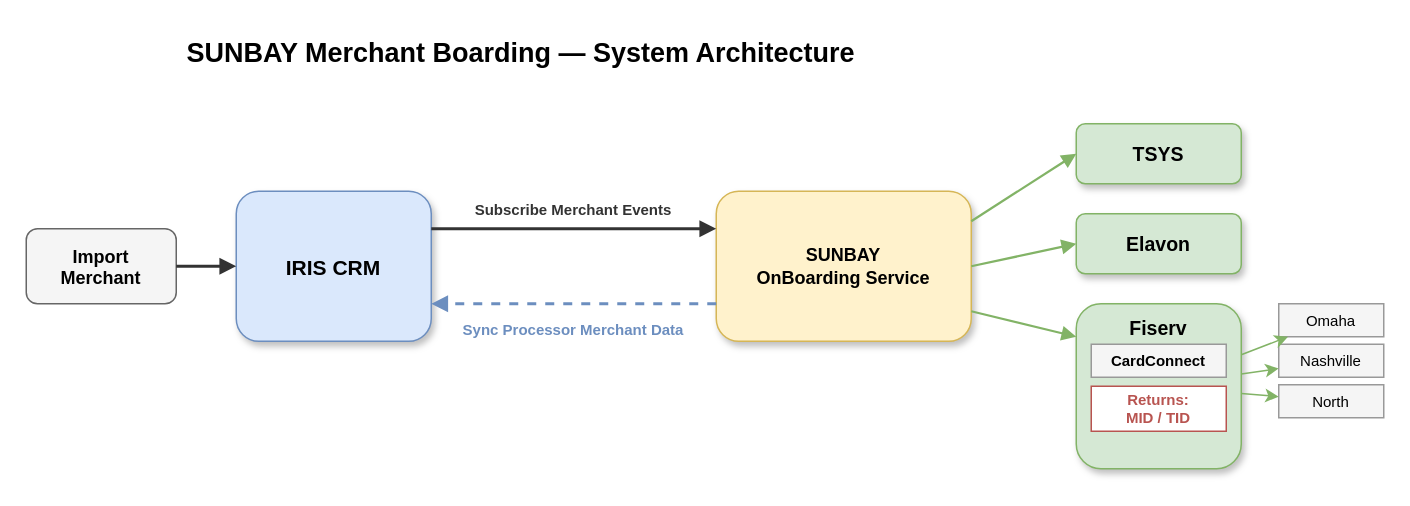
Above: merchantics/SUNBAY-Merchant-Boarding-Architecture.drawio in kevinwangl/sunbay-merchantOnboarding (draw.io), before the change. Source tidied: cells renumbered, new cells numbered last; positions are measured from the earlier drawing's top-left corner, leaving out a move shared by most shapes. Both pictures are drawn from the tidied source at 150%, with x=0, y=0 at pixel (26, 26).
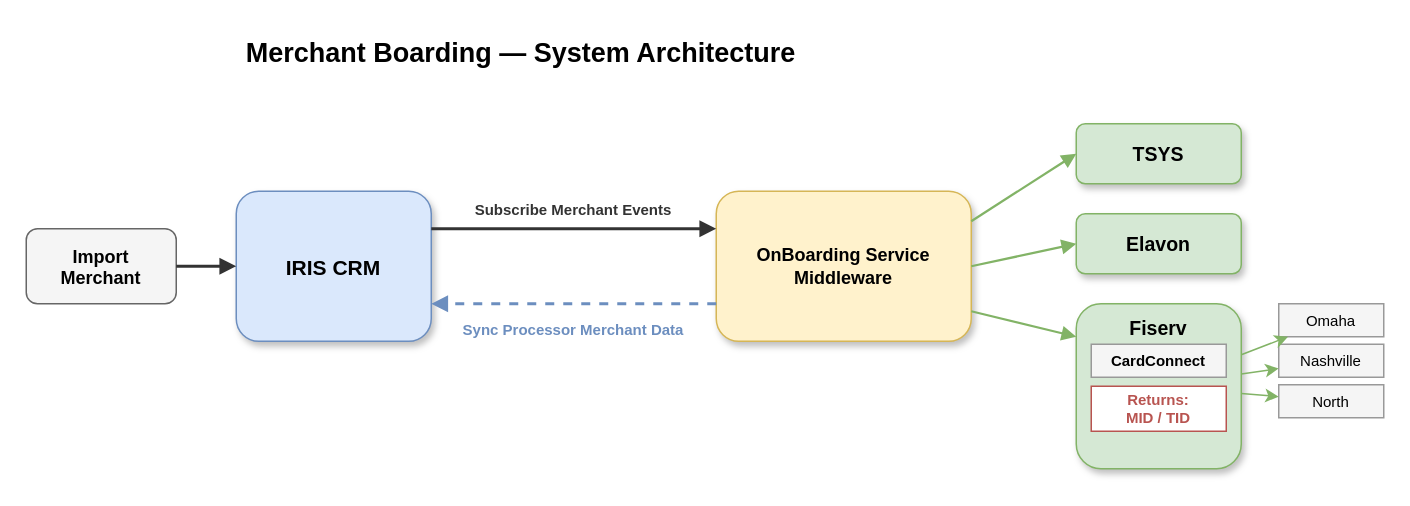
The same page after the edit.

The edit, as a diff of the source:
```diff
@@
-    <mxCell id="2" value="SUNBAY Merchant Boarding — System Architecture" style="text;fontSize=18;fontStyle=1;align=center;fillColor=none;strokeColor=none;" parent="1" vertex="1">
+    <mxCell id="2" value="Merchant Boarding — System Architecture" style="text;fontSize=18;fontStyle=1;align=center;fillColor=none;strokeColor=none;" parent="1" vertex="1">
       <mxGeometry x="80" width="500" height="30" as="geometry" />
     </mxCell>
@@
-    <mxCell id="6" value="SUNBAY&#10;OnBoarding Service" style="rounded=1;fillColor=#fff2cc;strokeColor=#d6b656;fontStyle=1;fontSize=12;shadow=1;whiteSpace=wrap;" parent="1" vertex="1">
+    <mxCell id="6" value="OnBoarding Service&#10;Middleware" style="rounded=1;fillColor=#fff2cc;strokeColor=#d6b656;fontStyle=1;fontSize=12;shadow=1;whiteSpace=wrap;" parent="1" vertex="1">
       <mxGeometry x="460" y="110" width="170" height="100" as="geometry" />
     </mxCell>
```
